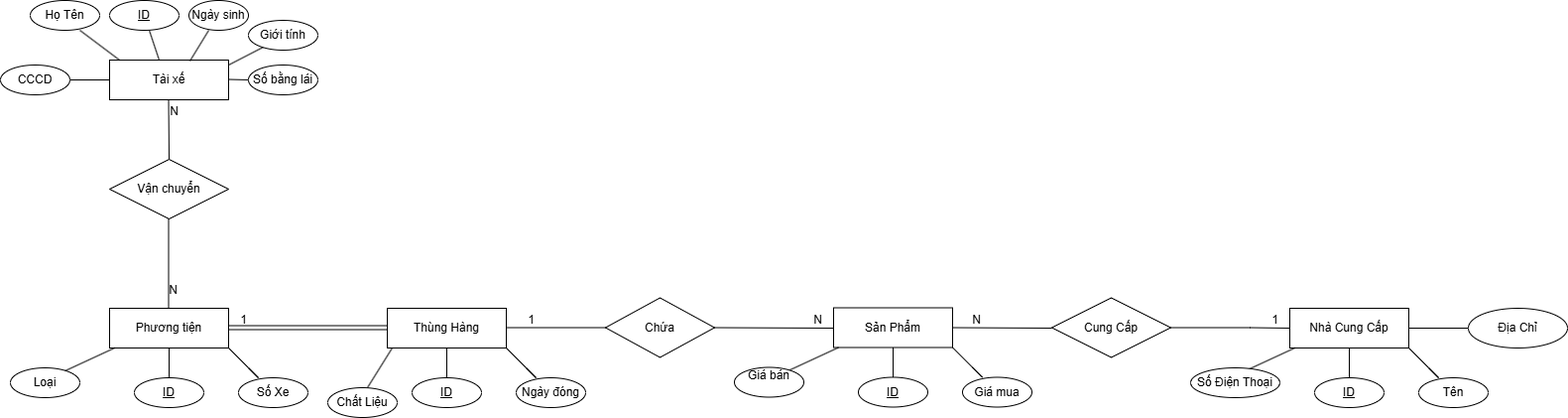
Dungnony/08-03 keeps this draw.io diagram as Biểu đồ không có tiêu đề.drawio.png. Above is the earlier version. Source tidied: cells renumbered, new cells last; positions are measured from the earlier drawing's top-left corner, leaving out a move shared by most shapes.
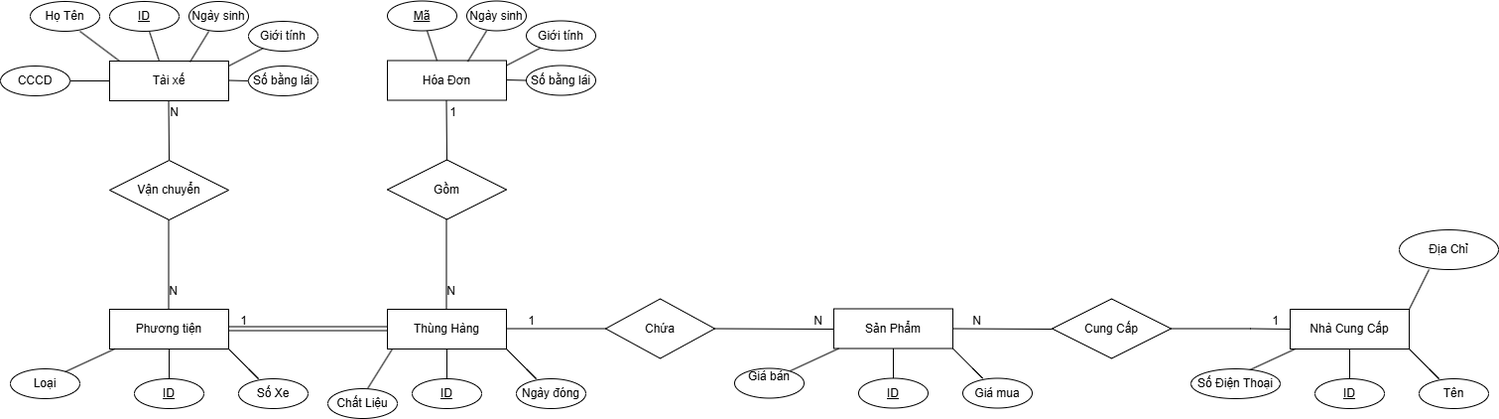
The same file after the commit.

Commit message:
Cập nhật Biểu đồ không có tiêu đề.drawio.png

What changed in the source:
```diff
@@ -275,11 +275,75 @@
     <mxCell id="61" value="Tên" style="ellipse;whiteSpace=wrap;html=1;align=center;" parent="1" vertex="1">
       <mxGeometry x="1430" y="380" width="70" height="30" as="geometry" />
     </mxCell>
-    <mxCell id="62" style="line;strokeWidth=1;dashed=0;labelPosition=right;align=left;verticalAlign=middle;spacingTop=0;spacingLeft=6;" parent="1" vertex="1">
-      <mxGeometry x="1420" y="325" width="60" height="10" as="geometry" />
-    </mxCell>
     <mxCell id="63" value="Địa Chỉ" style="ellipse;whiteSpace=wrap;html=1;align=center;" parent="1" vertex="1">
-      <mxGeometry x="1480" y="310" width="100" height="40" as="geometry" />
+      <mxGeometry x="1410" y="230" width="100" height="40" as="geometry" />
     </mxCell>
+    <mxCell id="64" style="endArrow=none;html=1;rounded=0;exitX=0.675;exitY=0.025;exitDx=0;exitDy=0;exitPerimeter=0;" parent="1" edge="1">
+      <mxGeometry relative="1" as="geometry">
+        <mxPoint x="1420" y="310" as="sourcePoint" />
+        <mxPoint x="1440" y="270" as="targetPoint" />
+      </mxGeometry>
+    </mxCell>
+    <mxCell id="65" value="Hóa Đơn" style="rounded=0;whiteSpace=wrap;html=1;" parent="1" vertex="1">
+      <mxGeometry x="390" y="59.5" width="120" height="40" as="geometry" />
+    </mxCell>
+    <mxCell id="66" style="endArrow=none;html=1;rounded=0;" parent="1" edge="1" target="67">
+      <mxGeometry relative="1" as="geometry">
+        <mxPoint x="510" y="79" as="sourcePoint" />
+      </mxGeometry>
+    </mxCell>
+    <mxCell id="67" value="Số bằng lái" style="ellipse;whiteSpace=wrap;html=1;align=center;" parent="1" vertex="1">
+      <mxGeometry x="530" y="64.5" width="70" height="30" as="geometry" />
+    </mxCell>
+    <mxCell id="68" style="endArrow=none;html=1;rounded=0;exitX=0.675;exitY=0.025;exitDx=0;exitDy=0;exitPerimeter=0;" parent="1" edge="1" source="65">
+      <mxGeometry relative="1" as="geometry">
+        <mxPoint x="490" y="29.5" as="targetPoint" />
+      </mxGeometry>
+    </mxCell>
+    <mxCell id="69" value="Ngày sinh" style="ellipse;whiteSpace=wrap;html=1;align=center;rotation=0;" parent="1" vertex="1">
+      <mxGeometry x="470" y="-0.5" width="60" height="30" as="geometry" />
+    </mxCell>
+    <mxCell id="70" style="endArrow=none;html=1;rounded=0;" parent="1" edge="1">
+      <mxGeometry relative="1" as="geometry">
+        <mxPoint x="510" y="64.5" as="sourcePoint" />
+        <mxPoint x="545.1" y="46.4" as="targetPoint" />
+      </mxGeometry>
+    </mxCell>
+    <mxCell id="71" value="Giới tính" style="ellipse;whiteSpace=wrap;html=1;align=center;rotation=0;" parent="1" vertex="1">
+      <mxGeometry x="530" y="19.5" width="70" height="30" as="geometry" />
+    </mxCell>
+    <mxCell id="72" style="endArrow=none;html=1;rounded=0;" parent="1" edge="1" target="73">
+      <mxGeometry relative="1" as="geometry">
+        <mxPoint x="440" y="59.5" as="sourcePoint" />
+      </mxGeometry>
+    </mxCell>
+    <mxCell id="73" value="Mã" style="ellipse;whiteSpace=wrap;html=1;align=center;fontStyle=4;" parent="1" vertex="1">
+      <mxGeometry x="390" y="-0.5" width="70" height="30" as="geometry" />
+    </mxCell>
+    <mxCell id="74" style="endArrow=none;html=1;rounded=0;" parent="1" edge="1">
+      <mxGeometry relative="1" as="geometry">
+        <mxPoint x="450" y="159.5" as="sourcePoint" />
+        <mxPoint x="449.5" y="99.5" as="targetPoint" />
+      </mxGeometry>
+    </mxCell>
+    <mxCell id="75" value="1" style="html=1;whiteSpace=wrap;align=right;verticalAlign=bottom;" parent="74" vertex="1">
+      <mxGeometry x="1" relative="1" as="geometry">
+        <mxPoint x="11" y="20" as="offset" />
+      </mxGeometry>
+    </mxCell>
+    <mxCell id="76" value="Gồm" style="shape=rhombus;perimeter=rhombusPerimeter;whiteSpace=wrap;html=1;align=center;" parent="1" vertex="1">
+      <mxGeometry x="390" y="159.5" width="120" height="60" as="geometry" />
+    </mxCell>
+    <mxCell id="77" style="endArrow=none;html=1;rounded=0;" parent="1" edge="1">
+      <mxGeometry relative="1" as="geometry">
+        <mxPoint x="449.5" y="309.5" as="sourcePoint" />
+        <mxPoint x="449.5" y="219.5" as="targetPoint" />
+      </mxGeometry>
+    </mxCell>
+    <mxCell id="78" value="N" style="html=1;whiteSpace=wrap;align=right;verticalAlign=bottom;" parent="77" vertex="1">
+      <mxGeometry x="1" relative="1" as="geometry">
+        <mxPoint x="10" y="80" as="offset" />
+      </mxGeometry>
+    </mxCell>
   </root>
 </mxGraphModel>
```
